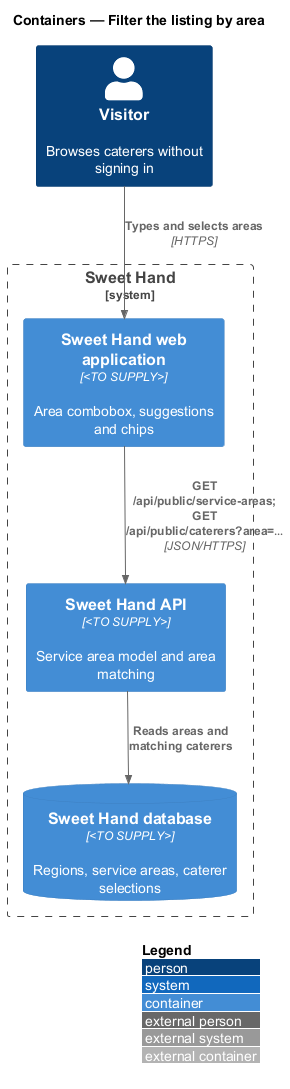
The PlantUML diagram docs/detailed-designs/discovery/filter-by-area/diagrams/c4-container.png in QuinntyneBrown/sweet-hand, before a commit. Source of this version:
```plantuml
@startuml
!include <C4/C4_Container>
LAYOUT_WITH_LEGEND()
title Containers — Filter the listing by area

Person(visitor, "Visitor", "Browses caterers without signing in")
System_Boundary(sweethand, "Sweet Hand") {
  Container(web, "Sweet Hand web application", "<TO SUPPLY>", "Area combobox, suggestions and chips")
  Container(api, "Sweet Hand API", "<TO SUPPLY>", "Service area model and area matching")
  ContainerDb(db, "Sweet Hand database", "<TO SUPPLY>", "Regions, service areas, caterer selections")
}
Rel(visitor, web, "Types and selects areas", "HTTPS")
Rel(web, api, "GET /api/public/service-areas; GET /api/public/caterers?area=…", "JSON/HTTPS")
Rel(api, db, "Reads areas and matching caterers")
@enduml
```
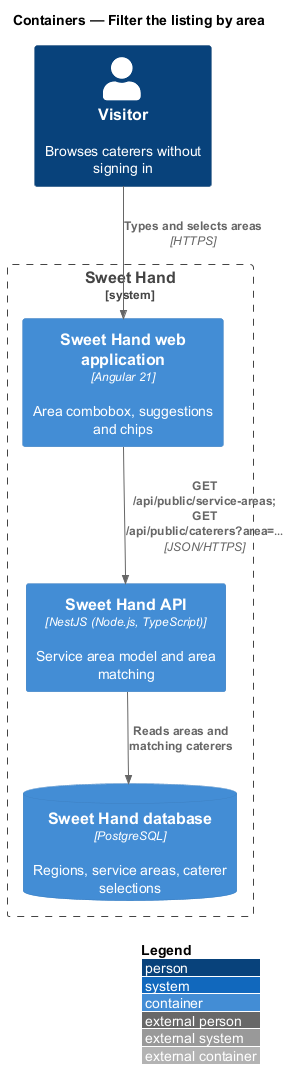
Above is the later version.

Diff of the diagram source:
```diff
@@ -5,9 +5,9 @@
 
 Person(visitor, "Visitor", "Browses caterers without signing in")
 System_Boundary(sweethand, "Sweet Hand") {
-  Container(web, "Sweet Hand web application", "<TO SUPPLY>", "Area combobox, suggestions and chips")
-  Container(api, "Sweet Hand API", "<TO SUPPLY>", "Service area model and area matching")
-  ContainerDb(db, "Sweet Hand database", "<TO SUPPLY>", "Regions, service areas, caterer selections")
+  Container(web, "Sweet Hand web application", "Angular 21", "Area combobox, suggestions and chips")
+  Container(api, "Sweet Hand API", "NestJS (Node.js, TypeScript)", "Service area model and area matching")
+  ContainerDb(db, "Sweet Hand database", "PostgreSQL", "Regions, service areas, caterer selections")
 }
 Rel(visitor, web, "Types and selects areas", "HTTPS")
 Rel(web, api, "GET /api/public/service-areas; GET /api/public/caterers?area=…", "JSON/HTTPS")
```
